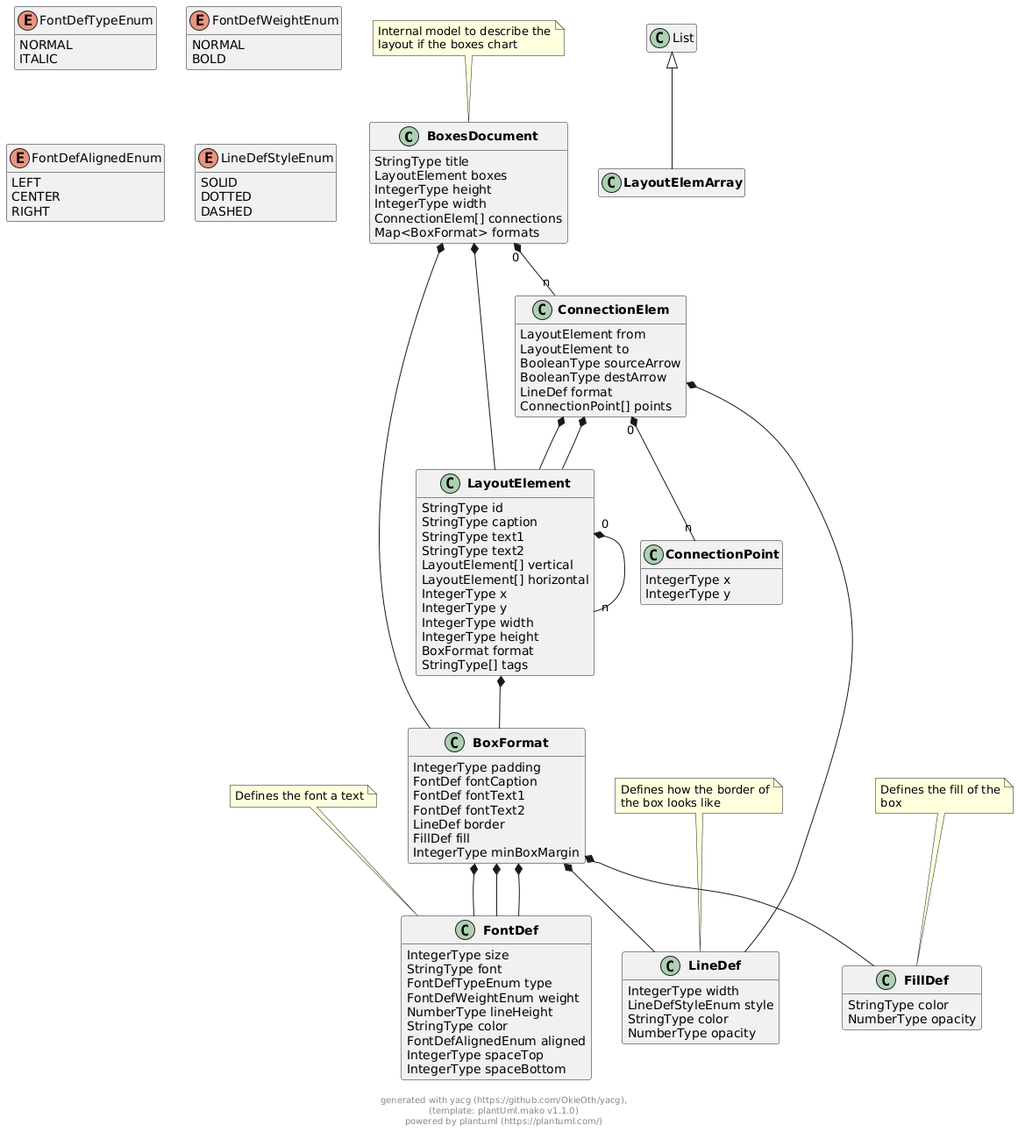
Earlier version of the PlantUML export docs/models/png/boxes_document.png (OkieOth/draw.chart.things).
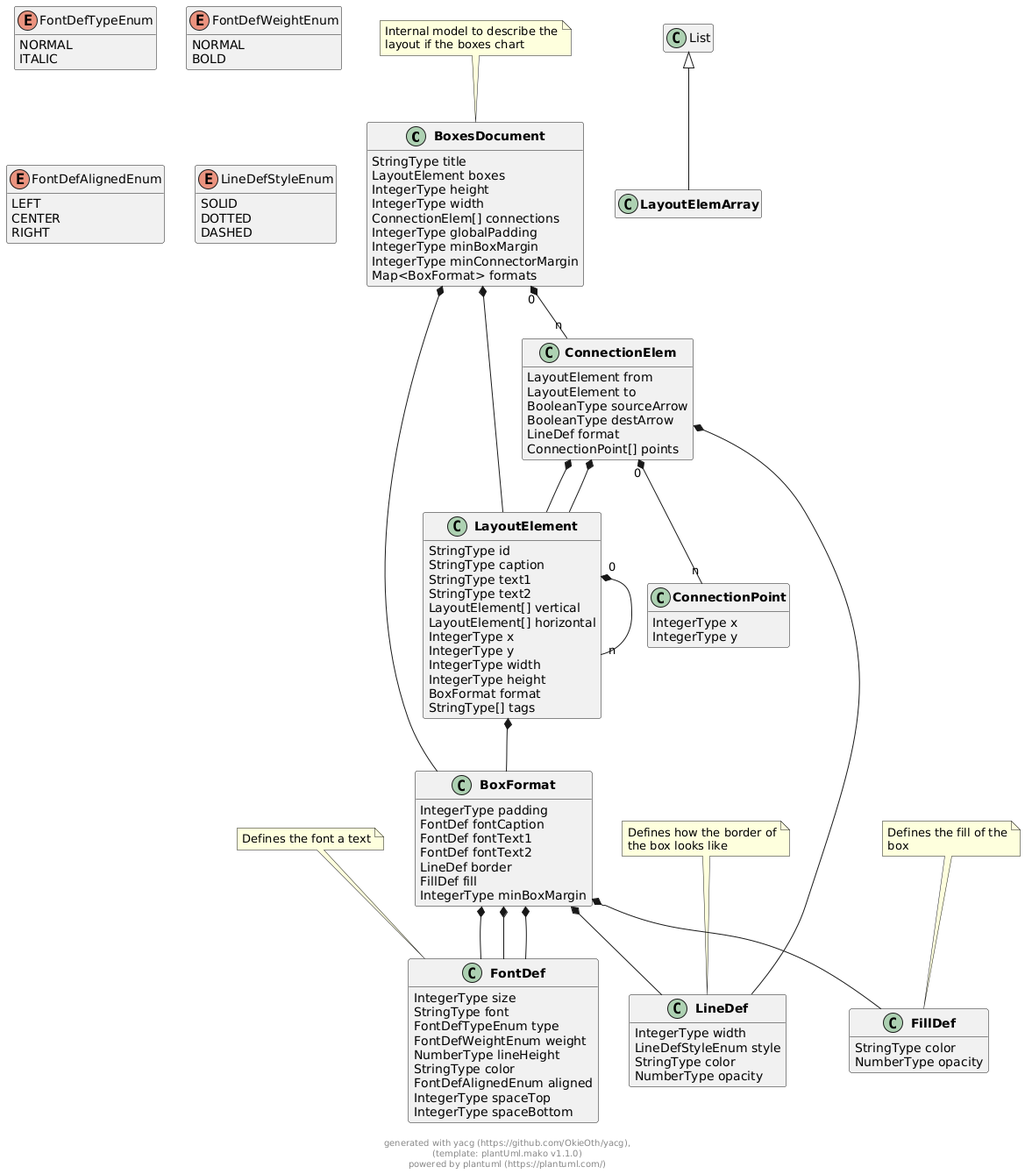
Above is the later version.

Change to the diagram source:
```diff
@@ -9,6 +9,9 @@
         IntegerType height
         IntegerType width
         ConnectionElem[] connections
+        IntegerType globalPadding
+        IntegerType minBoxMargin
+        IntegerType minConnectorMargin
         Map<BoxFormat> formats
 }
 note top: Internal model to describe the\nlayout if the boxes chart
@@ -130,6 +133,9 @@
 
 BoxesDocument "0" *-- "n" ConnectionElem
 
+
+
+
 BoxesDocument  *--  BoxFormat
 
 
```
